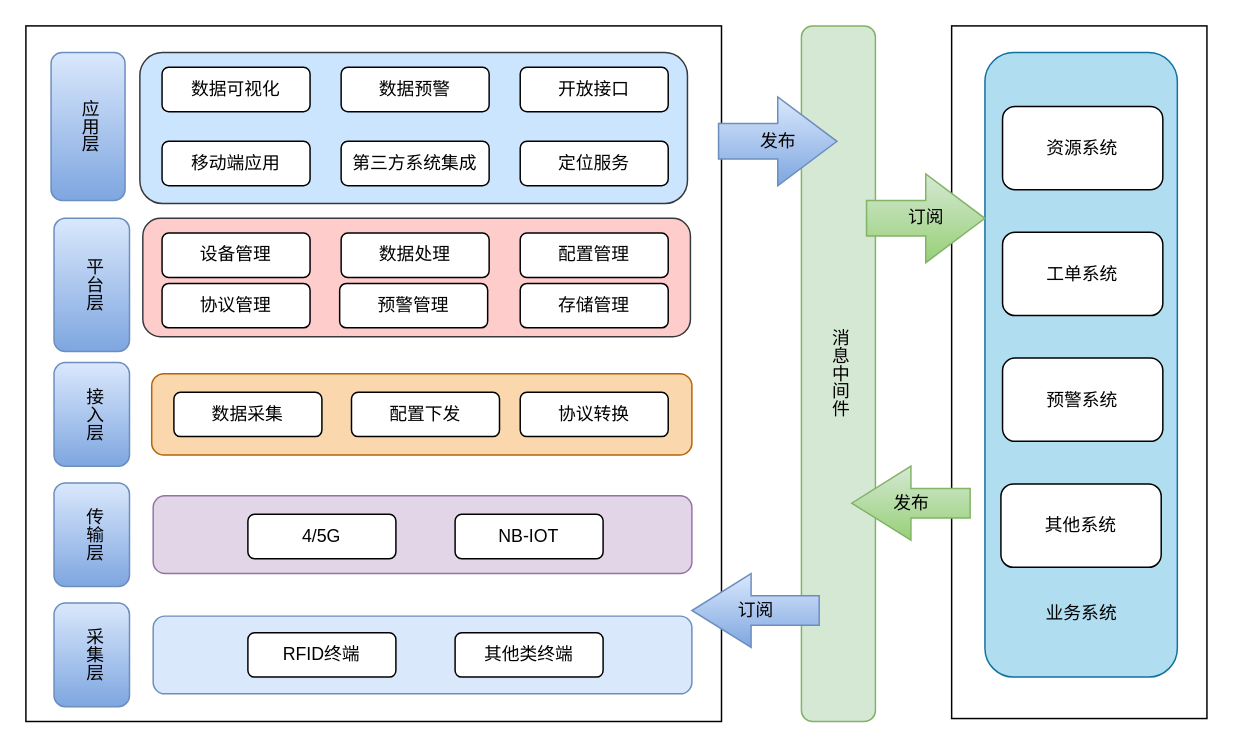
lvpv/atlas keeps this draw.io diagram as 哑资源系统架构图.drawio. Above is the earlier version. Source tidied: cells renumbered, new cells numbered last; positions are measured from the earlier drawing's top-left corner, leaving out a move shared by most shapes. Both pictures are drawn from the tidied source at 148%, with x=0, y=0 at pixel (25, 25).
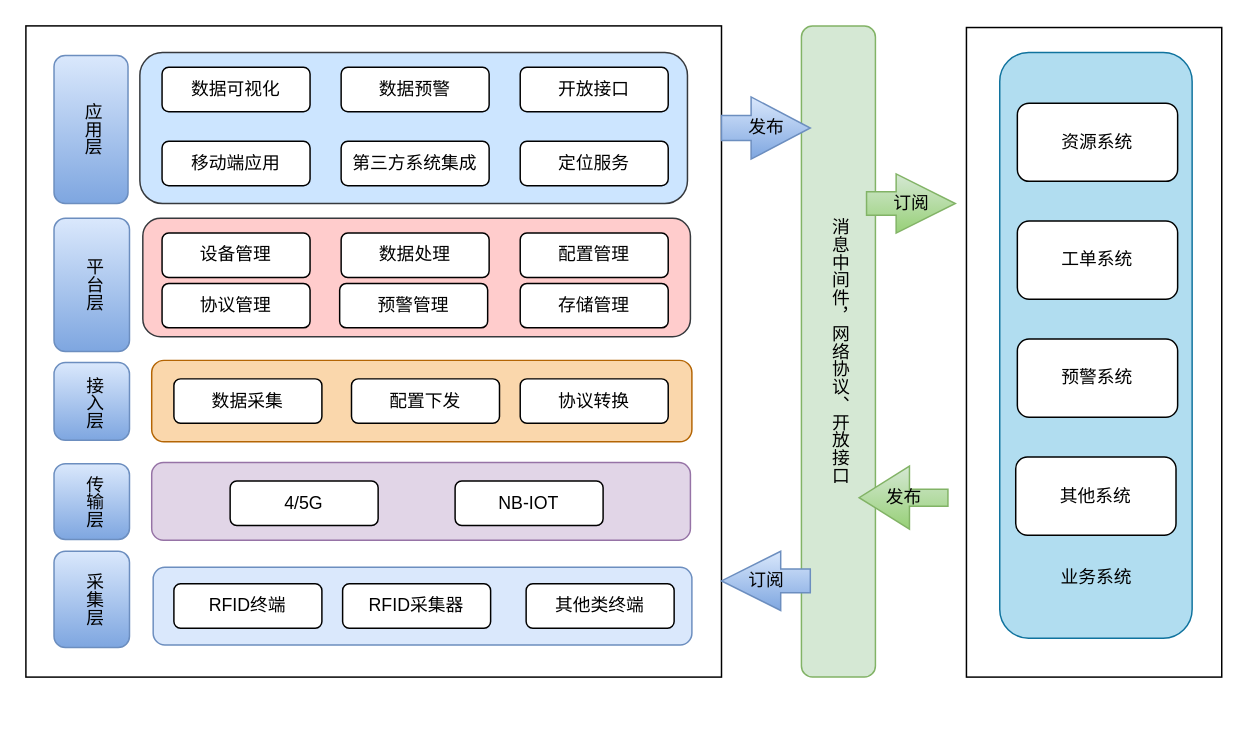
Above is the later version.

Commit message:
更新哑资源系统架构图.drawio

Diff of the diagram source:
```diff
@@
     <mxCell id="2" style="rounded=0;whiteSpace=wrap;html=1;" parent="1" vertex="1">
-      <mxGeometry width="470" height="470" as="geometry" />
+      <mxGeometry width="470" height="440" as="geometry" />
     </mxCell>
     <mxCell id="3" value="应用层" style="rounded=1;whiteSpace=wrap;html=1;fillColor=#dae8fc;strokeColor=#6c8ebf;verticalAlign=middle;textDirection=vertical-lr;gradientColor=#7ea6e0;" parent="1" vertex="1">
-      <mxGeometry x="17" y="18" width="50" height="100" as="geometry" />
+      <mxGeometry x="19" y="20" width="50" height="100" as="geometry" />
     </mxCell>
@@
     <mxCell id="16" value="接入层" style="rounded=1;whiteSpace=wrap;html=1;fillColor=#dae8fc;strokeColor=#6c8ebf;verticalAlign=middle;textDirection=vertical-lr;gradientColor=#7ea6e0;" parent="1" vertex="1">
-      <mxGeometry x="19" y="227.5" width="51" height="70" as="geometry" />
+      <mxGeometry x="19" y="227.5" width="51" height="52.5" as="geometry" />
     </mxCell>
     <mxCell id="17" style="rounded=1;whiteSpace=wrap;html=1;fillColor=#fad7ac;strokeColor=#b46504;" parent="1" vertex="1">
-      <mxGeometry x="85" y="235" width="365" height="55" as="geometry" />
+      <mxGeometry x="85" y="226" width="365" height="55" as="geometry" />
     </mxCell>
     <mxCell id="18" value="数据采集" style="rounded=1;whiteSpace=wrap;html=1;" parent="1" vertex="1">
-      <mxGeometry x="100" y="247.5" width="100" height="30" as="geometry" />
+      <mxGeometry x="100" y="238.5" width="100" height="30" as="geometry" />
     </mxCell>
     <mxCell id="19" value="配置下发" style="rounded=1;whiteSpace=wrap;html=1;" parent="1" vertex="1">
-      <mxGeometry x="220" y="247.5" width="100" height="30" as="geometry" />
+      <mxGeometry x="220" y="238.5" width="100" height="30" as="geometry" />
     </mxCell>
     <mxCell id="20" value="协议转换" style="rounded=1;whiteSpace=wrap;html=1;" parent="1" vertex="1">
-      <mxGeometry x="334" y="247.5" width="100" height="30" as="geometry" />
+      <mxGeometry x="334" y="238.5" width="100" height="30" as="geometry" />
     </mxCell>
     <mxCell id="21" style="group;" parent="1" vertex="1">
-      <mxGeometry x="648" y="18" width="150" height="450" as="geometry" />
+      <mxGeometry x="658" y="18" width="150" height="422" as="geometry" />
     </mxCell>
     <mxCell id="22" style="rounded=0;whiteSpace=wrap;html=1;" parent="21" vertex="1">
-      <mxGeometry x="-22.5" y="-18" width="172.5" height="468" as="geometry" />
+      <mxGeometry x="-22.5" y="-16.9" width="172.5" height="438.9" as="geometry" />
     </mxCell>
     <mxCell id="23" style="rounded=1;whiteSpace=wrap;html=1;fillColor=#b1ddf0;strokeColor=#10739e;" parent="21" vertex="1">
-      <mxGeometry width="130" height="422" as="geometry" />
+      <mxGeometry width="130" height="395.7" as="geometry" />
     </mxCell>
     <mxCell id="24" value="资源系统" style="rounded=1;whiteSpace=wrap;html=1;" parent="21" vertex="1">
-      <mxGeometry x="11.9" y="36.4" width="108.3" height="56.3" as="geometry" />
+      <mxGeometry x="11.9" y="34.2" width="108.3" height="52.8" as="geometry" />
     </mxCell>
     <mxCell id="25" value="工单系统" style="rounded=1;whiteSpace=wrap;html=1;" parent="21" vertex="1">
-      <mxGeometry x="11.9" y="121.4" width="108.3" height="56.3" as="geometry" />
+      <mxGeometry x="11.9" y="113.9" width="108.3" height="52.8" as="geometry" />
     </mxCell>
     <mxCell id="26" value="业务系统" style="text;html=1;align=center;verticalAlign=middle;whiteSpace=wrap;rounded=0;" parent="21" vertex="1">
-      <mxGeometry x="32.5" y="350.7" width="65" height="56.3" as="geometry" />
+      <mxGeometry x="32.5" y="328.9" width="65" height="52.8" as="geometry" />
     </mxCell>
     <mxCell id="27" value="预警系统" style="rounded=1;whiteSpace=wrap;html=1;" parent="21" vertex="1">
-      <mxGeometry x="11.9" y="206.4" width="108.3" height="56.3" as="geometry" />
+      <mxGeometry x="11.9" y="193.6" width="108.3" height="52.8" as="geometry" />
     </mxCell>
     <mxCell id="28" value="其他系统" style="rounded=1;whiteSpace=wrap;html=1;" parent="21" vertex="1">
-      <mxGeometry x="10.8" y="291.5" width="108.3" height="56.3" as="geometry" />
+      <mxGeometry x="10.8" y="273.3" width="108.3" height="52.8" as="geometry" />
     </mxCell>
     <mxCell id="29" value="传输层" style="rounded=1;whiteSpace=wrap;html=1;fillColor=#dae8fc;strokeColor=#6c8ebf;verticalAlign=middle;textDirection=vertical-lr;gradientColor=#7ea6e0;" parent="1" vertex="1">
-      <mxGeometry x="19" y="308.8" width="51" height="70" as="geometry" />
+      <mxGeometry x="19" y="295.8" width="51" height="51.2" as="geometry" />
     </mxCell>
     <mxCell id="30" style="rounded=1;whiteSpace=wrap;html=1;fillColor=#e1d5e7;strokeColor=#9673a6;" parent="1" vertex="1">
-      <mxGeometry x="86" y="317.5" width="364" height="52.5" as="geometry" />
+      <mxGeometry x="85" y="295" width="364" height="52.5" as="geometry" />
     </mxCell>
     <mxCell id="31" value="4/5G" style="rounded=1;whiteSpace=wrap;html=1;" parent="1" vertex="1">
-      <mxGeometry x="150" y="330" width="100" height="30" as="geometry" />
+      <mxGeometry x="138" y="307.5" width="100" height="30" as="geometry" />
     </mxCell>
     <mxCell id="32" value="NB-IOT" style="rounded=1;whiteSpace=wrap;html=1;" parent="1" vertex="1">
-      <mxGeometry x="290" y="330" width="100" height="30" as="geometry" />
+      <mxGeometry x="290" y="307.5" width="100" height="30" as="geometry" />
     </mxCell>
@@
     <mxCell id="36" value="采集层" style="rounded=1;whiteSpace=wrap;html=1;fillColor=#dae8fc;strokeColor=#6c8ebf;verticalAlign=middle;textDirection=vertical-lr;gradientColor=#7ea6e0;" parent="1" vertex="1">
-      <mxGeometry x="19" y="390" width="51" height="70" as="geometry" />
+      <mxGeometry x="19" y="355" width="51" height="65" as="geometry" />
     </mxCell>
     <mxCell id="37" style="rounded=1;whiteSpace=wrap;html=1;fillColor=#dae8fc;strokeColor=#6c8ebf;" parent="1" vertex="1">
-      <mxGeometry x="86" y="398.8" width="364" height="52.5" as="geometry" />
+      <mxGeometry x="86" y="365.8" width="364" height="52.5" as="geometry" />
     </mxCell>
     <mxCell id="38" value="RFID终端" style="rounded=1;whiteSpace=wrap;html=1;" parent="1" vertex="1">
-      <mxGeometry x="150" y="410" width="100" height="30" as="geometry" />
+      <mxGeometry x="100" y="377" width="100" height="30" as="geometry" />
     </mxCell>
     <mxCell id="39" value="其他类终端" style="rounded=1;whiteSpace=wrap;html=1;" parent="1" vertex="1">
-      <mxGeometry x="290" y="410" width="100" height="30" as="geometry" />
+      <mxGeometry x="338" y="377" width="100" height="30" as="geometry" />
     </mxCell>
-    <mxCell id="40" value="消息中间件" style="rounded=1;whiteSpace=wrap;html=1;textDirection=vertical-lr;fillColor=#d5e8d4;strokeColor=#82b366;" parent="1" vertex="1">
-      <mxGeometry x="524" width="50" height="470" as="geometry" />
+    <mxCell id="40" value="消息中间件，网络协议、开放接口" style="rounded=1;whiteSpace=wrap;html=1;textDirection=vertical-lr;fillColor=#d5e8d4;strokeColor=#82b366;" parent="1" vertex="1">
+      <mxGeometry x="524" width="50" height="440" as="geometry" />
     </mxCell>
     <mxCell id="41" value="发布" style="html=1;shadow=0;dashed=0;align=center;verticalAlign=middle;shape=mxgraph.arrows2.arrow;dy=0.6;dx=40;notch=0;fillColor=#dae8fc;strokeColor=#6c8ebf;gradientColor=#7ea6e0;" parent="1" vertex="1">
-      <mxGeometry x="468" y="48" width="80" height="60" as="geometry" />
+      <mxGeometry x="470" y="48" width="60" height="42" as="geometry" />
     </mxCell>
     <mxCell id="42" value="订阅" style="html=1;shadow=0;dashed=0;align=center;verticalAlign=middle;shape=mxgraph.arrows2.arrow;dy=0.6;dx=40;notch=0;fillColor=#d5e8d4;strokeColor=#82b366;gradientColor=#97d077;" parent="1" vertex="1">
-      <mxGeometry x="568" y="100" width="80" height="60" as="geometry" />
+      <mxGeometry x="568" y="100" width="60" height="40" as="geometry" />
     </mxCell>
-    <mxCell id="43" value="发布" style="html=1;shadow=0;dashed=0;align=center;verticalAlign=middle;shape=mxgraph.arrows2.arrow;dy=0.6;dx=40;flipH=1;notch=0;fillColor=#d5e8d4;gradientColor=#97d077;strokeColor=#82b366;" parent="1" vertex="1">
-      <mxGeometry x="558" y="297.5" width="80" height="50" as="geometry" />
+    <mxCell id="43" value="发布" style="html=1;shadow=0;dashed=0;align=center;verticalAlign=middle;shape=mxgraph.arrows2.arrow;dy=0.73;dx=34;flipH=1;notch=0;fillColor=#d5e8d4;gradientColor=#97d077;strokeColor=#82b366;" parent="1" vertex="1">
+      <mxGeometry x="563" y="297.5" width="60" height="42.5" as="geometry" />
     </mxCell>
     <mxCell id="44" value="订阅" style="html=1;shadow=0;dashed=0;align=center;verticalAlign=middle;shape=mxgraph.arrows2.arrow;dy=0.6;dx=40;flipH=1;notch=0;fillColor=#dae8fc;gradientColor=#7ea6e0;strokeColor=#6c8ebf;" parent="1" vertex="1">
-      <mxGeometry x="450" y="370" width="86" height="50" as="geometry" />
+      <mxGeometry x="470" y="355" width="60" height="40" as="geometry" />
     </mxCell>
+    <mxCell id="45" value="RFID采集器" style="rounded=1;whiteSpace=wrap;html=1;" parent="1" vertex="1">
+      <mxGeometry x="214" y="377" width="100" height="30" as="geometry" />
+    </mxCell>
```
